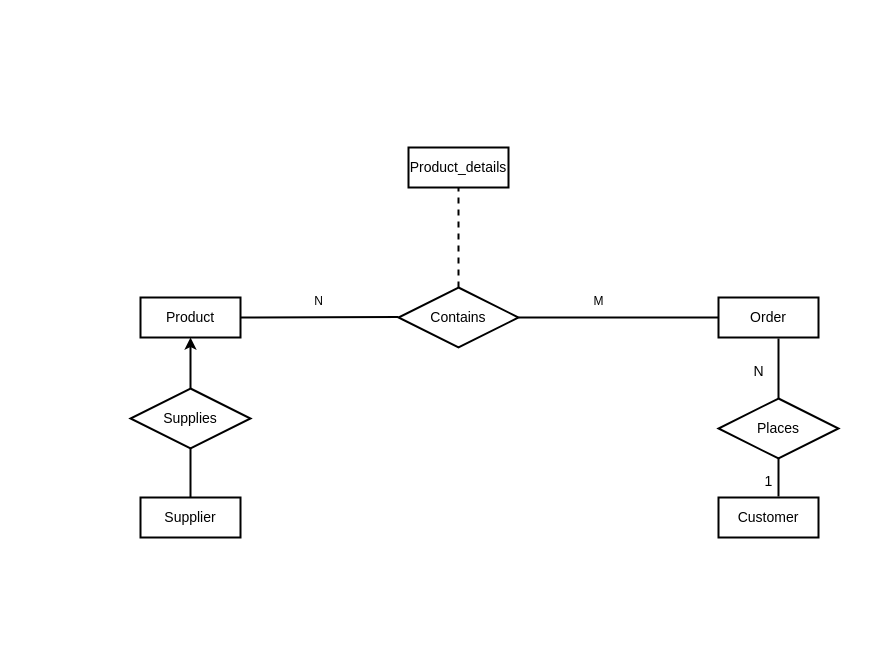
Earlier version of the draw.io diagram erd ecommerce.drawio (mzndnes/tic). Source tidied: cells renumbered, new cells numbered last; positions are measured from the earlier drawing's top-left corner, leaving out a move shared by most shapes. Both pictures are drawn from the tidied source at 100%, with x=0, y=0 at pixel (130, 147).
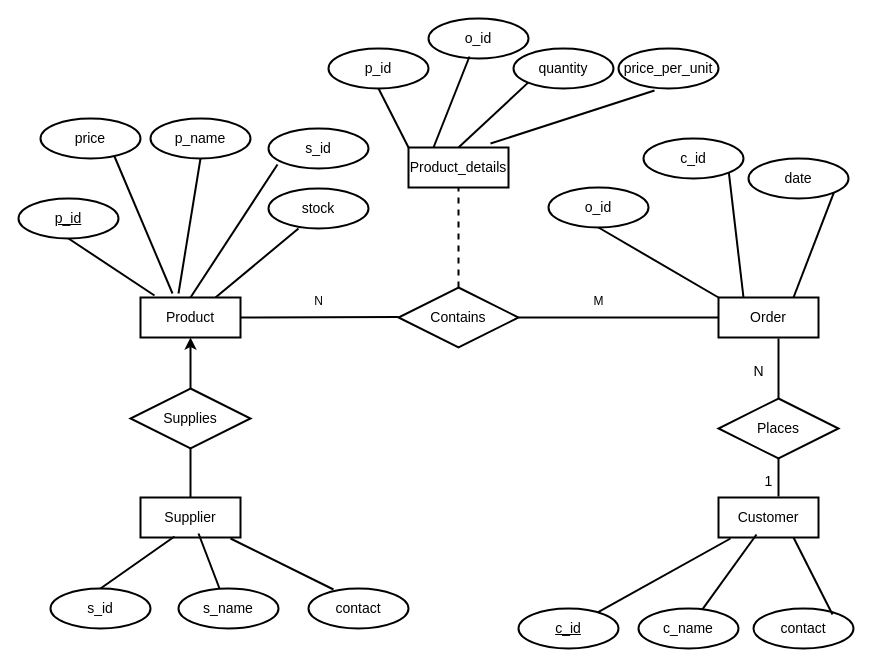
The same page after the edit.

The change refers to these unchanged cells:
```xml
<mxCell id="2" value="Product" style="whiteSpace=wrap;html=1;align=center;fontSize=14;strokeWidth=2;" parent="1" vertex="1">
  <mxGeometry x="10" y="150" width="100" height="40" as="geometry" />
</mxCell>
<mxCell id="3" value="Supplier" style="whiteSpace=wrap;html=1;align=center;fontSize=14;strokeWidth=2;" parent="1" vertex="1">
  <mxGeometry x="10" y="350" width="100" height="40" as="geometry" />
</mxCell>
<mxCell id="4" value="Customer" style="whiteSpace=wrap;html=1;align=center;fontSize=14;strokeWidth=2;" parent="1" vertex="1">
  <mxGeometry x="588" y="350" width="100" height="40" as="geometry" />
</mxCell>
<mxCell id="5" value="Order" style="whiteSpace=wrap;html=1;align=center;fontSize=14;strokeWidth=2;" parent="1" vertex="1">
  <mxGeometry x="588" y="150" width="100" height="40" as="geometry" />
</mxCell>
<mxCell id="7" value="Product_details" style="whiteSpace=wrap;html=1;align=center;fontSize=14;strokeWidth=2;" parent="1" vertex="1">
  <mxGeometry x="278" width="100" height="40" as="geometry" />
</mxCell>
```

Change to the diagram source:
```diff
@@
+    <mxCell id="21" value="p_id" style="ellipse;whiteSpace=wrap;html=1;align=center;strokeWidth=2;fontSize=14;fontStyle=4;" parent="1" vertex="1">
+      <mxGeometry x="-112" y="51" width="100" height="40" as="geometry" />
+    </mxCell>
+    <mxCell id="22" value="price" style="ellipse;whiteSpace=wrap;html=1;align=center;strokeWidth=2;fontSize=14;" parent="1" vertex="1">
+      <mxGeometry x="-90" y="-29" width="100" height="40" as="geometry" />
+    </mxCell>
+    <mxCell id="23" value="s_id" style="ellipse;whiteSpace=wrap;html=1;align=center;strokeWidth=2;fontSize=14;" parent="1" vertex="1">
+      <mxGeometry x="138" y="-19" width="100" height="40" as="geometry" />
+    </mxCell>
+    <mxCell id="24" value="p_id" style="ellipse;whiteSpace=wrap;html=1;align=center;fontSize=14;strokeWidth=2;" parent="1" vertex="1">
+      <mxGeometry x="198" y="-99" width="100" height="40" as="geometry" />
+    </mxCell>
+    <mxCell id="25" value="p_name" style="ellipse;whiteSpace=wrap;html=1;align=center;strokeWidth=2;fontSize=14;" parent="1" vertex="1">
+      <mxGeometry x="20" y="-29" width="100" height="40" as="geometry" />
+    </mxCell>
+    <mxCell id="26" value="stock" style="ellipse;whiteSpace=wrap;html=1;align=center;strokeWidth=2;fontSize=14;" parent="1" vertex="1">
+      <mxGeometry x="138" y="41" width="100" height="40" as="geometry" />
+    </mxCell>
+    <mxCell id="27" style="endArrow=none;html=1;rounded=0;exitX=0.74;exitY=0.95;exitDx=0;exitDy=0;exitPerimeter=0;entryX=0.32;entryY=-0.1;entryDx=0;entryDy=0;entryPerimeter=0;strokeWidth=2;fontSize=14;" parent="1" edge="1" source="22" target="2">
+      <mxGeometry relative="1" as="geometry" />
+    </mxCell>
+    <mxCell id="28" style="endArrow=none;html=1;rounded=0;exitX=0.5;exitY=1;exitDx=0;exitDy=0;entryX=0.14;entryY=-0.05;entryDx=0;entryDy=0;entryPerimeter=0;strokeWidth=2;fontSize=14;" parent="1" edge="1" source="21" target="2">
+      <mxGeometry relative="1" as="geometry" />
+    </mxCell>
+    <mxCell id="29" style="endArrow=none;html=1;rounded=0;exitX=0.5;exitY=1;exitDx=0;exitDy=0;entryX=0.38;entryY=-0.1;entryDx=0;entryDy=0;entryPerimeter=0;strokeWidth=2;fontSize=14;" parent="1" edge="1" source="25" target="2">
+      <mxGeometry relative="1" as="geometry" />
+    </mxCell>
+    <mxCell id="30" style="endArrow=none;html=1;rounded=0;exitX=0.09;exitY=0.9;exitDx=0;exitDy=0;exitPerimeter=0;entryX=0.5;entryY=0;entryDx=0;entryDy=0;strokeWidth=2;fontSize=14;" parent="1" edge="1" source="23" target="2">
+      <mxGeometry relative="1" as="geometry" />
+    </mxCell>
+    <mxCell id="31" style="endArrow=none;html=1;rounded=0;exitX=0.75;exitY=0;exitDx=0;exitDy=0;entryX=0.3;entryY=1;entryDx=0;entryDy=0;entryPerimeter=0;strokeWidth=2;fontSize=14;" parent="1" edge="1" source="2" target="26">
+      <mxGeometry relative="1" as="geometry" />
+    </mxCell>
+    <mxCell id="32" value="s_id" style="ellipse;whiteSpace=wrap;html=1;align=center;fontSize=14;strokeWidth=2;" parent="1" vertex="1">
+      <mxGeometry x="-80" y="441" width="100" height="40" as="geometry" />
+    </mxCell>
+    <mxCell id="33" value="o_id" style="ellipse;whiteSpace=wrap;html=1;align=center;fontSize=14;strokeWidth=2;" parent="1" vertex="1">
+      <mxGeometry x="298" y="-129" width="100" height="40" as="geometry" />
+    </mxCell>
+    <mxCell id="34" value="quantity" style="ellipse;whiteSpace=wrap;html=1;align=center;fontSize=14;strokeWidth=2;" parent="1" vertex="1">
+      <mxGeometry x="383" y="-99" width="100" height="40" as="geometry" />
+    </mxCell>
+    <mxCell id="35" value="price_per_unit" style="ellipse;whiteSpace=wrap;html=1;align=center;fontSize=14;strokeWidth=2;" parent="1" vertex="1">
+      <mxGeometry x="488" y="-99" width="100" height="40" as="geometry" />
+    </mxCell>
+    <mxCell id="36" style="endArrow=none;html=1;rounded=0;exitX=0.5;exitY=1;exitDx=0;exitDy=0;entryX=0;entryY=0;entryDx=0;entryDy=0;fontSize=14;strokeWidth=2;" parent="1" edge="1" source="24" target="7">
+      <mxGeometry relative="1" as="geometry" />
+    </mxCell>
+    <mxCell id="37" style="endArrow=none;html=1;rounded=0;entryX=0.41;entryY=0.95;entryDx=0;entryDy=0;entryPerimeter=0;exitX=0.25;exitY=0;exitDx=0;exitDy=0;fontSize=14;strokeWidth=2;" parent="1" edge="1" source="7" target="33">
+      <mxGeometry relative="1" as="geometry" />
+    </mxCell>
+    <mxCell id="38" style="endArrow=none;html=1;rounded=0;entryX=0;entryY=1;entryDx=0;entryDy=0;exitX=0.5;exitY=0;exitDx=0;exitDy=0;fontSize=14;strokeWidth=2;" parent="1" edge="1" source="7" target="34">
+      <mxGeometry relative="1" as="geometry" />
+    </mxCell>
+    <mxCell id="39" style="endArrow=none;html=1;rounded=0;entryX=0.36;entryY=1.05;entryDx=0;entryDy=0;entryPerimeter=0;exitX=0.82;exitY=-0.1;exitDx=0;exitDy=0;exitPerimeter=0;fontSize=14;strokeWidth=2;" parent="1" edge="1" source="7" target="35">
+      <mxGeometry relative="1" as="geometry" />
+    </mxCell>
+    <mxCell id="40" value="s_name" style="ellipse;whiteSpace=wrap;html=1;align=center;fontSize=14;strokeWidth=2;" parent="1" vertex="1">
+      <mxGeometry x="48" y="441" width="100" height="40" as="geometry" />
+    </mxCell>
+    <mxCell id="41" value="c_id" style="ellipse;whiteSpace=wrap;html=1;align=center;strokeWidth=2;fontSize=14;fontStyle=4;" parent="1" vertex="1">
+      <mxGeometry x="388" y="461" width="100" height="40" as="geometry" />
+    </mxCell>
+    <mxCell id="42" value="contact" style="ellipse;whiteSpace=wrap;html=1;align=center;fontSize=14;strokeWidth=2;" parent="1" vertex="1">
+      <mxGeometry x="178" y="441" width="100" height="40" as="geometry" />
+    </mxCell>
+    <mxCell id="43" value="contact" style="ellipse;whiteSpace=wrap;html=1;align=center;strokeWidth=2;fontSize=14;" parent="1" vertex="1">
+      <mxGeometry x="623" y="461" width="100" height="40" as="geometry" />
+    </mxCell>
+    <mxCell id="44" style="endArrow=none;html=1;rounded=0;exitX=0.34;exitY=0.975;exitDx=0;exitDy=0;exitPerimeter=0;entryX=0.5;entryY=0;entryDx=0;entryDy=0;fontSize=14;strokeWidth=2;" parent="1" edge="1" source="3" target="32">
+      <mxGeometry relative="1" as="geometry" />
+    </mxCell>
+    <mxCell id="45" style="endArrow=none;html=1;rounded=0;exitX=0.58;exitY=0.9;exitDx=0;exitDy=0;exitPerimeter=0;entryX=0.41;entryY=0;entryDx=0;entryDy=0;entryPerimeter=0;fontSize=14;strokeWidth=2;" parent="1" edge="1" source="3" target="40">
+      <mxGeometry relative="1" as="geometry" />
+    </mxCell>
+    <mxCell id="46" style="endArrow=none;html=1;rounded=0;exitX=0.9;exitY=1.025;exitDx=0;exitDy=0;exitPerimeter=0;entryX=0.25;entryY=0.025;entryDx=0;entryDy=0;entryPerimeter=0;fontSize=14;strokeWidth=2;" parent="1" edge="1" source="3" target="42">
+      <mxGeometry relative="1" as="geometry" />
+    </mxCell>
+    <mxCell id="47" value="c_name" style="ellipse;whiteSpace=wrap;html=1;align=center;strokeWidth=2;fontSize=14;" parent="1" vertex="1">
+      <mxGeometry x="508" y="461" width="100" height="40" as="geometry" />
+    </mxCell>
+    <mxCell id="48" style="endArrow=none;html=1;rounded=0;exitX=0.75;exitY=1;exitDx=0;exitDy=0;entryX=0.79;entryY=0.15;entryDx=0;entryDy=0;entryPerimeter=0;strokeWidth=2;fontSize=14;" parent="1" edge="1" source="4" target="43">
+      <mxGeometry relative="1" as="geometry" />
+    </mxCell>
+    <mxCell id="49" style="endArrow=none;html=1;rounded=0;exitX=0.38;exitY=0.925;exitDx=0;exitDy=0;exitPerimeter=0;strokeWidth=2;fontSize=14;" parent="1" edge="1" source="4" target="47">
+      <mxGeometry relative="1" as="geometry" />
+    </mxCell>
+    <mxCell id="50" style="endArrow=none;html=1;rounded=0;exitX=0.12;exitY=1.025;exitDx=0;exitDy=0;exitPerimeter=0;strokeWidth=2;fontSize=14;" parent="1" edge="1" source="4" target="41">
+      <mxGeometry relative="1" as="geometry" />
+    </mxCell>
+    <mxCell id="51" value="o_id" style="ellipse;whiteSpace=wrap;html=1;align=center;fontSize=14;strokeWidth=2;" parent="1" vertex="1">
+      <mxGeometry x="418" y="40" width="100" height="40" as="geometry" />
+    </mxCell>
+    <mxCell id="52" value="c_id" style="ellipse;whiteSpace=wrap;html=1;align=center;fontSize=14;strokeWidth=2;" parent="1" vertex="1">
+      <mxGeometry x="513" y="-9" width="100" height="40" as="geometry" />
+    </mxCell>
+    <mxCell id="53" value="date" style="ellipse;whiteSpace=wrap;html=1;align=center;fontSize=14;strokeWidth=2;" parent="1" vertex="1">
+      <mxGeometry x="618" y="11" width="100" height="40" as="geometry" />
+    </mxCell>
+    <mxCell id="54" style="endArrow=none;html=1;rounded=0;entryX=0;entryY=0;entryDx=0;entryDy=0;fontSize=14;strokeWidth=2;exitX=0.5;exitY=1;exitDx=0;exitDy=0;" parent="1" edge="1" source="51" target="5">
+      <mxGeometry relative="1" as="geometry" />
+    </mxCell>
+    <mxCell id="55" style="endArrow=none;html=1;rounded=0;entryX=0.25;entryY=0;entryDx=0;entryDy=0;fontSize=14;strokeWidth=2;exitX=1;exitY=1;exitDx=0;exitDy=0;" parent="1" edge="1" source="52" target="5">
+      <mxGeometry relative="1" as="geometry" />
+    </mxCell>
+    <mxCell id="56" style="endArrow=none;html=1;rounded=0;entryX=0.75;entryY=0;entryDx=0;entryDy=0;fontSize=14;strokeWidth=2;exitX=1;exitY=1;exitDx=0;exitDy=0;" parent="1" edge="1" source="53" target="5">
+      <mxGeometry relative="1" as="geometry" />
+    </mxCell>
```
